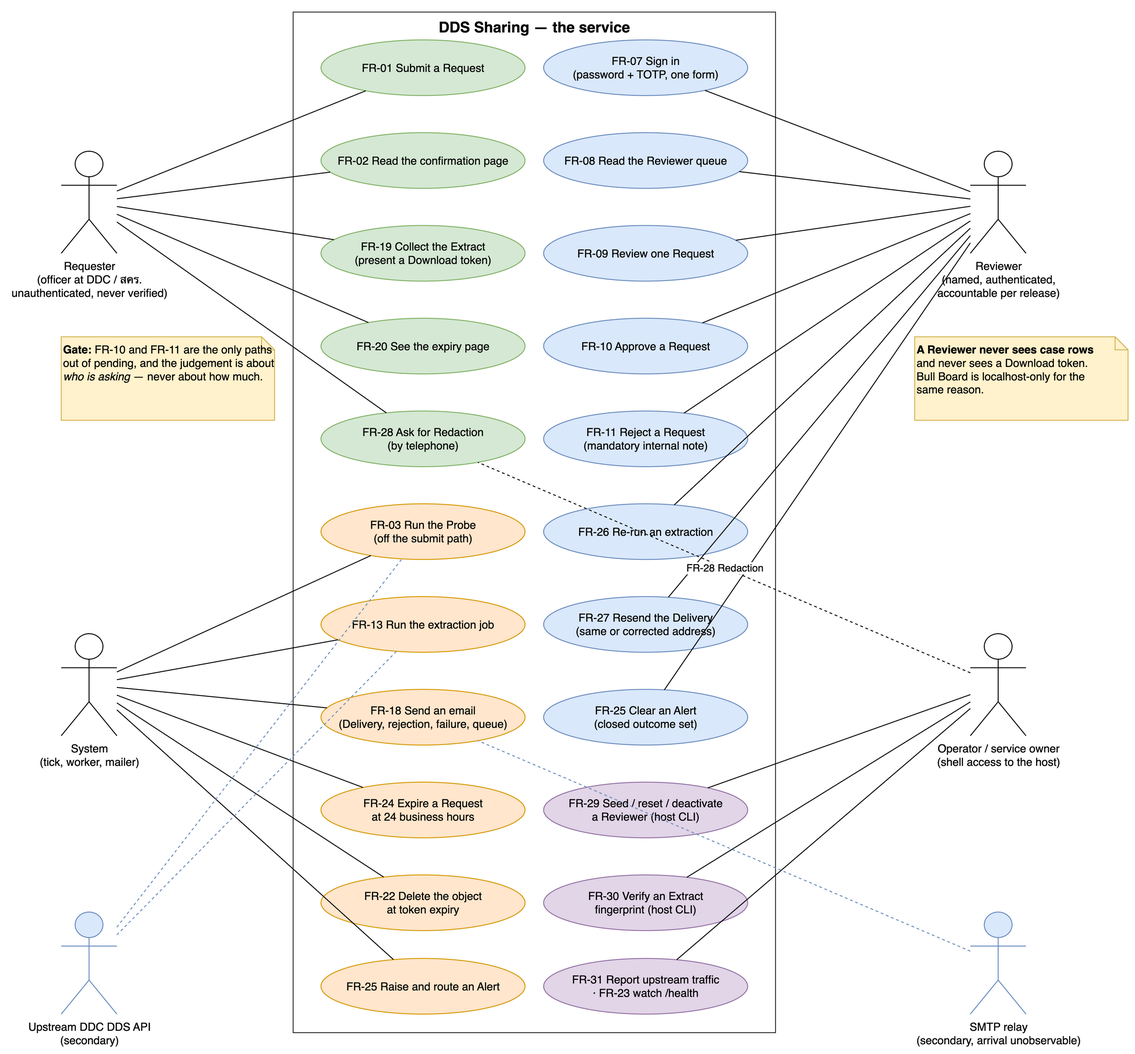
Earlier version of the draw.io export docs/diagrams/use-case.png (rawinan-soma/dds-sharing). Source tidied: cells renumbered, new cells last; positions are measured from the earlier drawing's top-left corner, leaving out a move shared by most shapes.
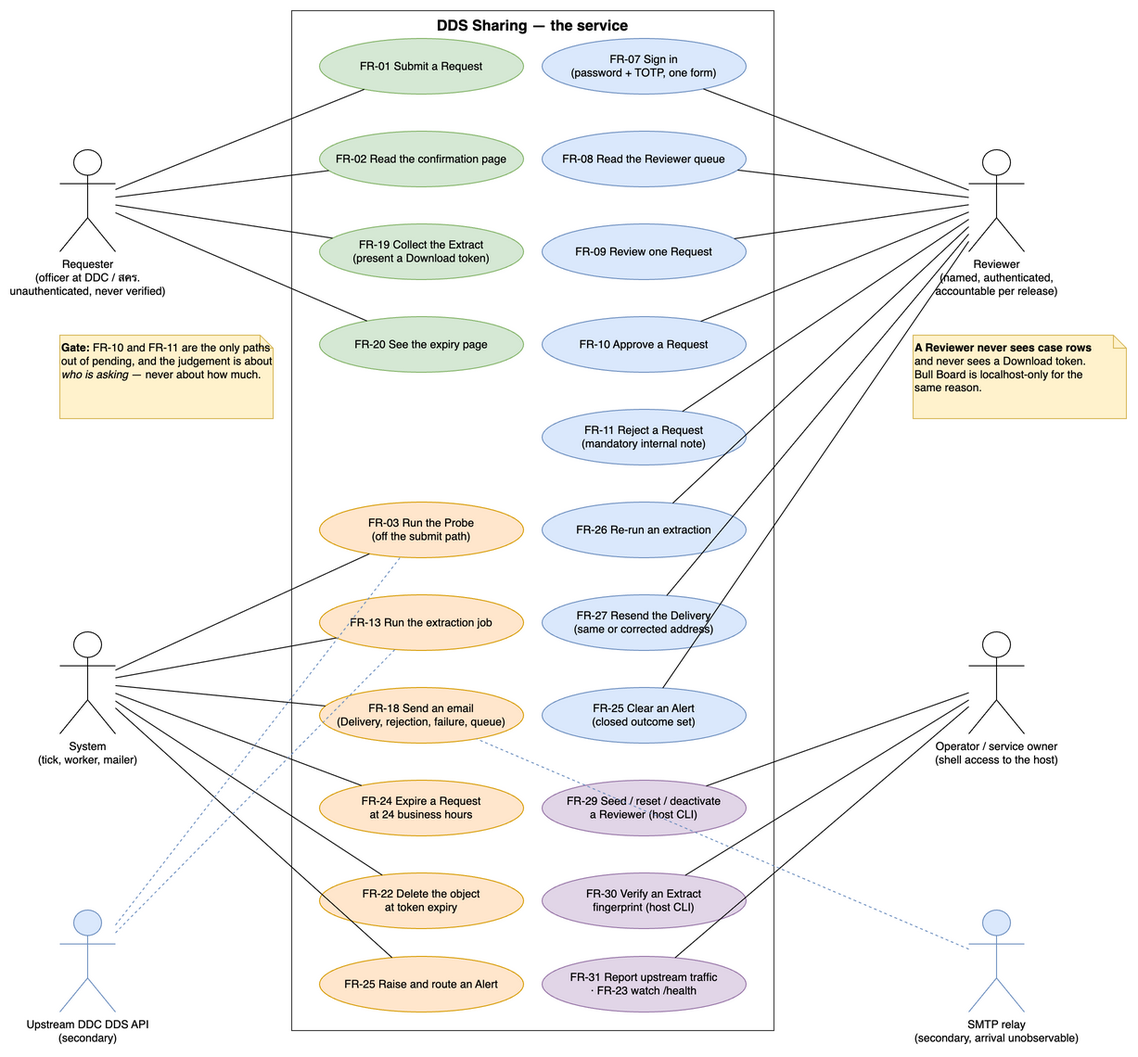
The same diagram one commit later.

The edit, as a diff of the source:
```diff
@@ -35,9 +35,6 @@
     <mxCell id="12" value="FR-20 See the expiry page" style="ellipse;whiteSpace=wrap;html=1;fillColor=#d5e8d4;strokeColor=#82b366;" parent="1" vertex="1">
       <mxGeometry x="280" y="330" width="220" height="60" as="geometry" />
     </mxCell>
-    <mxCell id="13" value="FR-28 Ask for Redaction&#10;(by telephone)" style="ellipse;whiteSpace=wrap;html=1;fillColor=#d5e8d4;strokeColor=#82b366;" parent="1" vertex="1">
-      <mxGeometry x="280" y="430" width="220" height="60" as="geometry" />
-    </mxCell>
     <mxCell id="14" value="FR-03 Run the Probe&#10;(off the submit path)" style="ellipse;whiteSpace=wrap;html=1;fillColor=#ffe6cc;strokeColor=#d79b00;" parent="1" vertex="1">
       <mxGeometry x="280" y="530" width="220" height="60" as="geometry" />
     </mxCell>
@@ -101,9 +98,6 @@
     <mxCell id="34" style="endArrow=none;html=1;" parent="1" edge="1" source="3" target="12">
       <mxGeometry relative="1" as="geometry" />
     </mxCell>
-    <mxCell id="35" style="endArrow=none;html=1;" parent="1" edge="1" source="3" target="13">
-      <mxGeometry relative="1" as="geometry" />
-    </mxCell>
     <mxCell id="36" style="endArrow=none;html=1;" parent="1" edge="1" source="4" target="14">
       <mxGeometry relative="1" as="geometry" />
     </mxCell>
@@ -155,9 +149,6 @@
     <mxCell id="52" style="endArrow=none;html=1;" parent="1" edge="1" source="6" target="30">
       <mxGeometry relative="1" as="geometry" />
     </mxCell>
-    <mxCell id="53" value="FR-28 Redaction" style="endArrow=none;html=1;dashed=1;" parent="1" edge="1" source="6" target="13">
-      <mxGeometry relative="1" as="geometry" />
-    </mxCell>
     <mxCell id="54" style="endArrow=none;html=1;dashed=1;strokeColor=#6c8ebf;" parent="1" edge="1" source="7" target="14">
       <mxGeometry relative="1" as="geometry" />
     </mxCell>
```
